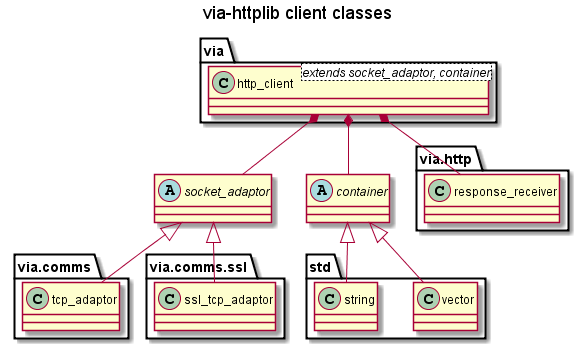
Before: docs/images/http_client_classes.png, a diagram exported from PlantUML (kenba/via-httplib).
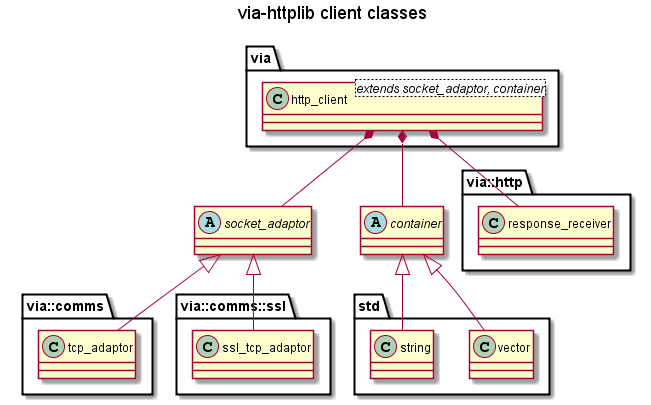
The same file after the commit.

Diff of the diagram source:
```diff
@@ -3,17 +3,19 @@
 
 title via-httplib client classes
 
-class via.http_client<extends socket_adaptor, container>
-via.http_client *-- socket_adaptor
-via.http_client *-- container
-via.http_client *-- via.http.response_receiver
+set namespaceSeparator ::
+
+class via::http_client<extends socket_adaptor, container>
+via::http_client *-- socket_adaptor
+via::http_client *-- container
+via::http_client *-- via::http::response_receiver
 
 abstract class socket_adaptor
-socket_adaptor <|-- via.comms.tcp_adaptor
-socket_adaptor <|-- via.comms.ssl.ssl_tcp_adaptor
+socket_adaptor <|-- via::comms::tcp_adaptor
+socket_adaptor <|-- via::comms::ssl::ssl_tcp_adaptor
 
 abstract class container
-container <|-- std.vector
-container <|-- std.string
+container <|-- std::vector
+container <|-- std::string
 
 @enduml
```
